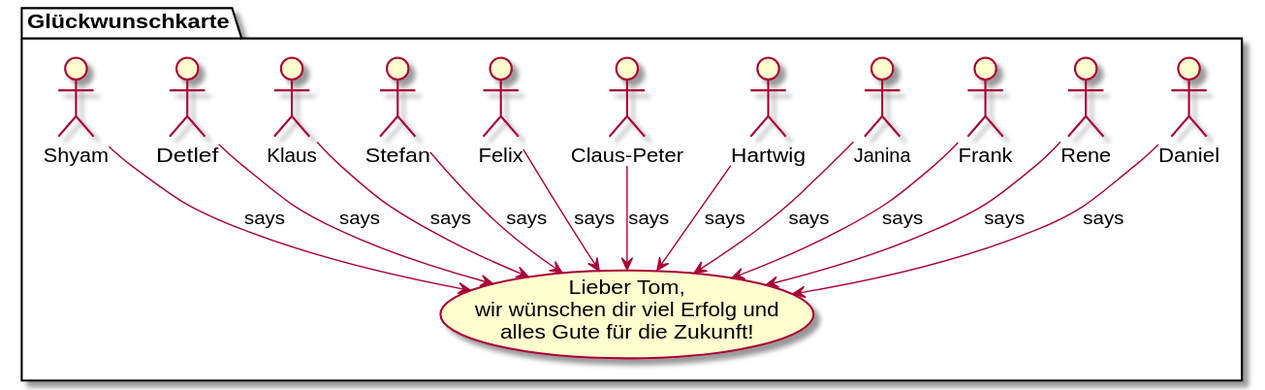
Above: rendered/greetings.svg in dkliem/alles-gute-tom (PlantUML), before the change.
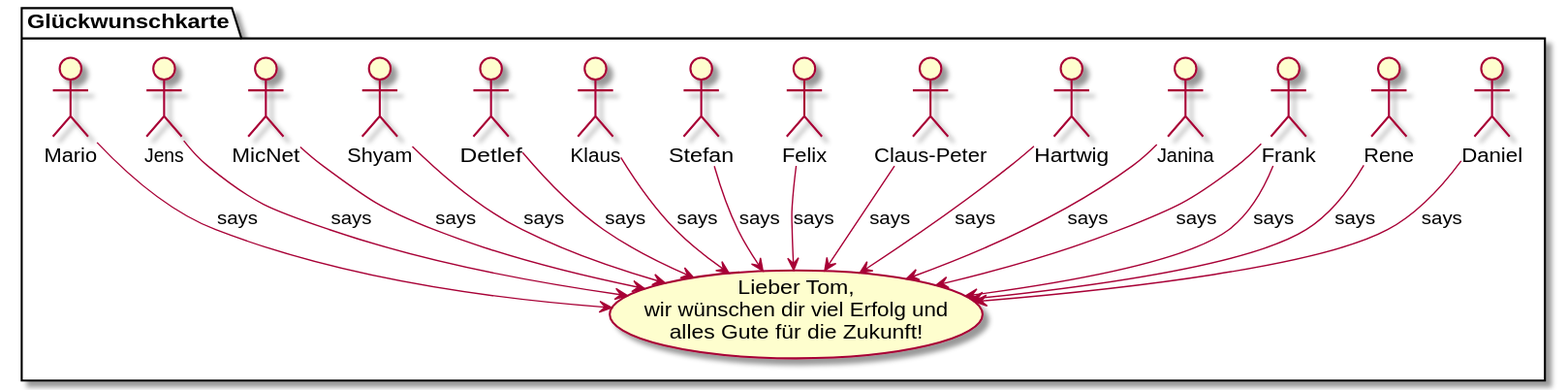
The same diagram one commit later.

The edit, as a diff of the source:
```diff
@@ -17,5 +17,10 @@
     :Klaus: --> goodbye: says
     :Detlef: --> goodbye: says
     :Shyam: --> goodbye: says
+    :MicNet: --> goodbye: says
+    :Frank: --> goodbye: says
+    :Jens: --> goodbye: says
+    :Mario: --> goodbye: says
+
 }
 @enduml
```
